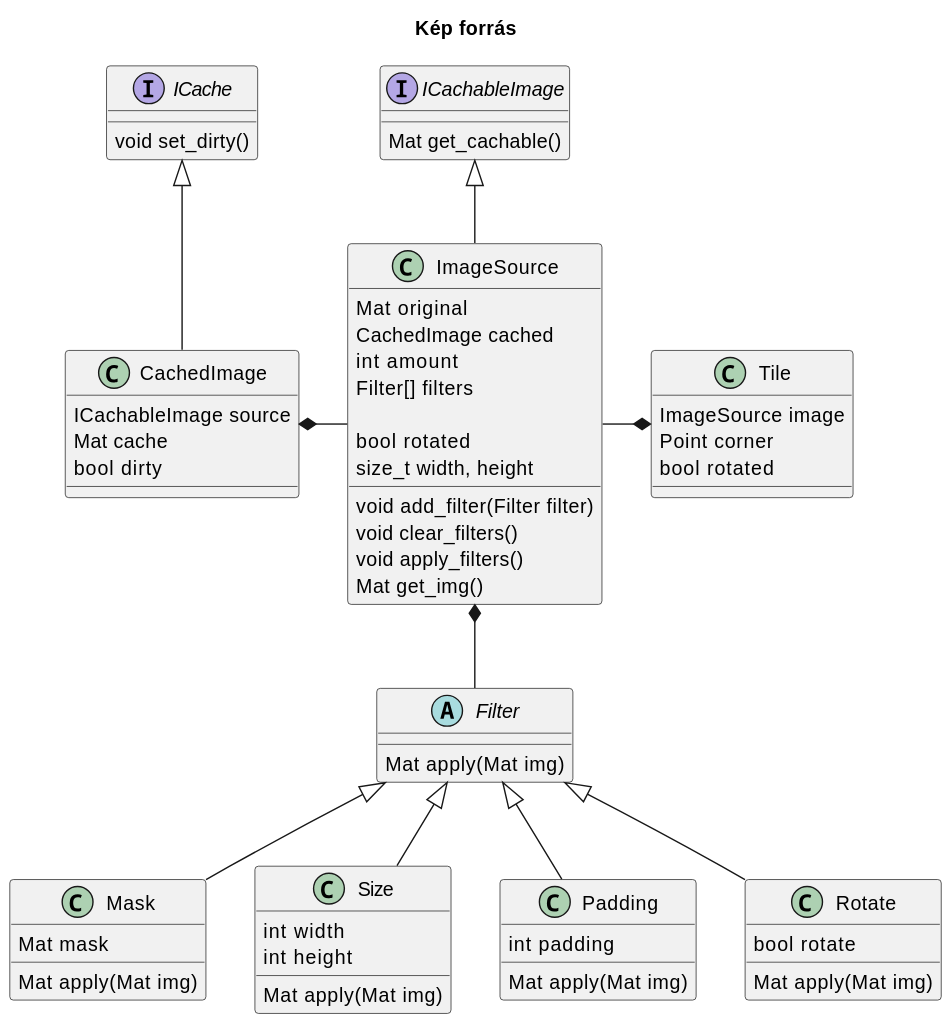
The PlantUML diagram doc/figures/uml/img_source.svg in Gilgames32/printf, before a commit.
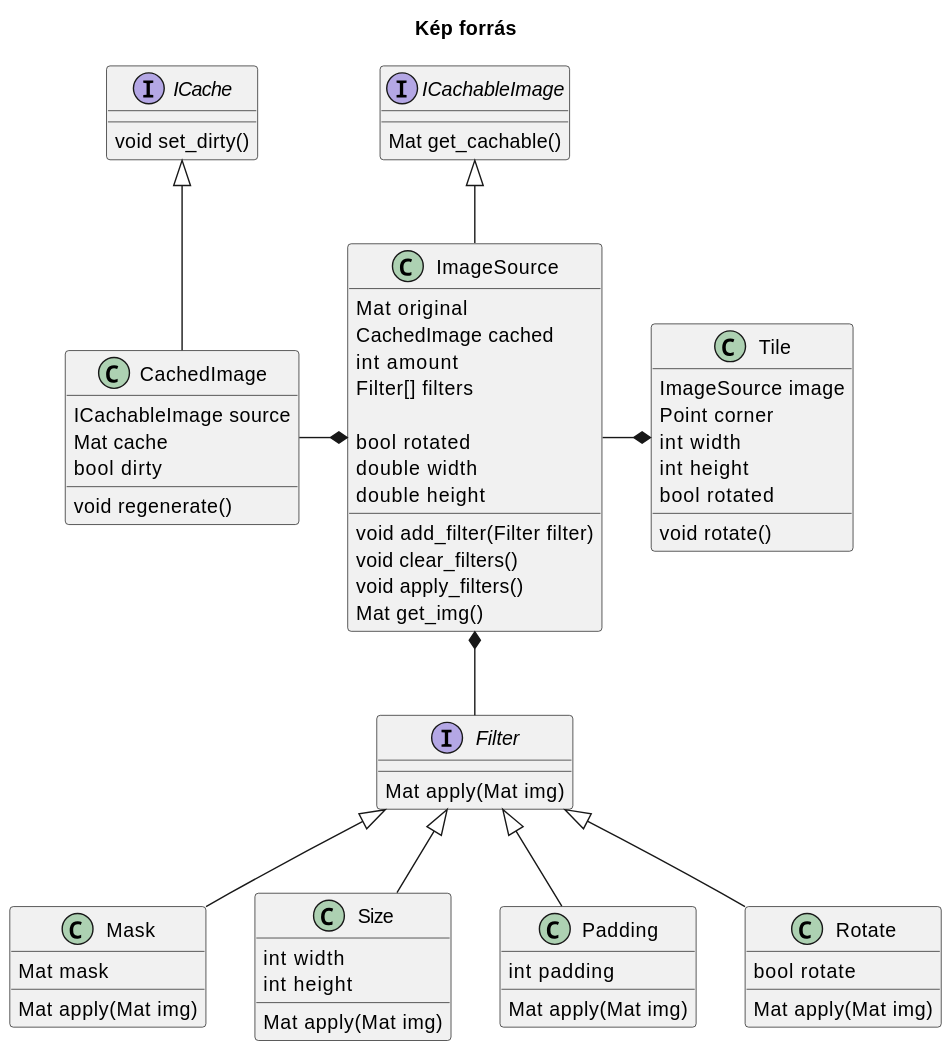
After the change.

The edit, as a diff of the source:
```diff
@@ -8,7 +8,8 @@
     Filter[] filters
 
     bool rotated
-    size_t width, height
+    double width
+    double height
 
     void add_filter(Filter filter)
     void clear_filters()
@@ -16,7 +17,7 @@
     Mat get_img()
 }
 
-abstract Filter {
+interface Filter {
     Mat apply(Mat img)
 }
 ImageSource *-- Filter
@@ -50,7 +51,11 @@
 class Tile {
     ImageSource image
     Point corner
+    int width
+    int height
     bool rotated
+
+    void rotate()
 }
 ImageSource -* Tile
 
@@ -58,8 +63,9 @@
     ICachableImage source
     Mat cache
     bool dirty
+    void regenerate()
 }
-CachedImage *- ImageSource
+CachedImage -* ImageSource
 
 
 interface ICache {
```
